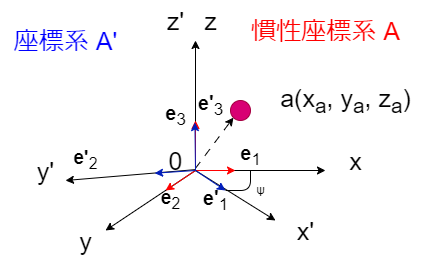
hattori-sat/zenn-docs keeps this draw.io diagram as images/understand-rotation/rotate-vector.drawio.png. Above is the earlier version. Source tidied: cells renumbered, new cells last; positions are measured from the earlier drawing's top-left corner, leaving out a move shared by most shapes. Source of this version:
```xml
<mxGraphModel>
  <root>
    <mxCell id="0" />
    <mxCell id="1" parent="0" />
    <mxCell id="2" style="edgeStyle=none;orthogonalLoop=1;jettySize=auto;html=1;" parent="1" edge="1">
      <mxGeometry relative="1" as="geometry">
        <mxPoint x="195" y="170" as="sourcePoint" />
        <mxPoint x="195" y="40" as="targetPoint" />
      </mxGeometry>
    </mxCell>
    <mxCell id="3" style="edgeStyle=none;orthogonalLoop=1;jettySize=auto;html=1;" parent="1" edge="1">
      <mxGeometry relative="1" as="geometry">
        <mxPoint x="195" y="170" as="sourcePoint" />
        <mxPoint x="105" y="230" as="targetPoint" />
      </mxGeometry>
    </mxCell>
    <mxCell id="4" style="edgeStyle=none;orthogonalLoop=1;jettySize=auto;html=1;" parent="1" edge="1">
      <mxGeometry relative="1" as="geometry">
        <mxPoint x="195" y="170" as="sourcePoint" />
        <mxPoint x="325" y="170" as="targetPoint" />
      </mxGeometry>
    </mxCell>
    <mxCell id="5" value="&lt;font style=&quot;font-size: 25px;&quot;&gt;z&lt;/font&gt;" style="text;html=1;align=center;verticalAlign=middle;strokeColor=none;fillColor=none;" parent="1" vertex="1">
      <mxGeometry x="190" width="40" height="40" as="geometry" />
    </mxCell>
    <mxCell id="6" value="&lt;font style=&quot;font-size: 25px;&quot;&gt;x&lt;/font&gt;" style="text;html=1;align=center;verticalAlign=middle;strokeColor=none;fillColor=none;" parent="1" vertex="1">
      <mxGeometry x="335" y="140" width="40" height="40" as="geometry" />
    </mxCell>
    <mxCell id="7" value="&lt;span style=&quot;font-size: 25px;&quot;&gt;y&lt;/span&gt;" style="text;html=1;align=center;verticalAlign=middle;strokeColor=none;fillColor=none;" parent="1" vertex="1">
      <mxGeometry x="65" y="220" width="40" height="40" as="geometry" />
    </mxCell>
    <mxCell id="8" value="0" style="text;html=1;align=center;verticalAlign=middle;points=[];strokeColor=none;fillColor=none;fontSize=25;" parent="1" vertex="1">
      <mxGeometry x="155" y="140" width="40" height="40" as="geometry" />
    </mxCell>
    <mxCell id="9" value="&lt;font color=&quot;#ff0000&quot;&gt;慣性座標系 A&lt;/font&gt;" style="text;html=1;align=center;verticalAlign=middle;strokeColor=none;fillColor=none;fontSize=25;" parent="1" vertex="1">
      <mxGeometry x="240" y="10" width="170" height="40" as="geometry" />
    </mxCell>
    <mxCell id="10" style="ellipse;whiteSpace=wrap;html=1;fontSize=25;fillColor=#d80073;fontColor=#ffffff;strokeColor=#A50040;" parent="1" vertex="1">
      <mxGeometry x="230" y="100" width="20" height="20" as="geometry" />
    </mxCell>
    <mxCell id="11" style="edgeStyle=none;jettySize=auto;html=1;fontSize=25;exitX=0.997;exitY=0.699;exitDx=0;exitDy=0;exitPerimeter=0;entryX=0;entryY=1;entryDx=0;entryDy=0;dashed=1;dashPattern=8 8;" parent="1" edge="1" source="8" target="10">
      <mxGeometry relative="1" as="geometry" />
    </mxCell>
    <mxCell id="12" value="a(x&lt;sub&gt;a&lt;/sub&gt;, y&lt;sub&gt;a&lt;/sub&gt;, z&lt;sub&gt;a&lt;/sub&gt;)" style="text;html=1;align=center;verticalAlign=middle;strokeColor=none;fillColor=none;fontSize=25;" parent="1" vertex="1">
      <mxGeometry x="270" y="75" width="150" height="50" as="geometry" />
    </mxCell>
    <mxCell id="13" style="edgeStyle=none;orthogonalLoop=1;jettySize=auto;html=1;strokeColor=#FF0000;" parent="1" edge="1">
      <mxGeometry relative="1" as="geometry">
        <mxPoint x="195" y="170" as="sourcePoint" />
        <mxPoint x="235" y="170" as="targetPoint" />
      </mxGeometry>
    </mxCell>
    <mxCell id="14" style="edgeStyle=none;orthogonalLoop=1;jettySize=auto;html=1;strokeColor=#FF0000;" parent="1" edge="1">
      <mxGeometry relative="1" as="geometry">
        <mxPoint x="195" y="170" as="sourcePoint" />
        <mxPoint x="165" y="190" as="targetPoint" />
      </mxGeometry>
    </mxCell>
    <mxCell id="15" style="edgeStyle=none;orthogonalLoop=1;jettySize=auto;html=1;strokeColor=#FF0000;" parent="1" edge="1">
      <mxGeometry relative="1" as="geometry">
        <mxPoint x="195" y="170" as="sourcePoint" />
        <mxPoint x="195" y="120" as="targetPoint" />
      </mxGeometry>
    </mxCell>
    <mxCell id="16" value="&lt;span style=&quot;font-size: 20px;&quot;&gt;&lt;b&gt;e&lt;/b&gt;&lt;sub style=&quot;&quot;&gt;1&lt;/sub&gt;&lt;/span&gt;" style="text;html=1;align=center;verticalAlign=middle;strokeColor=none;fillColor=none;" parent="1" vertex="1">
      <mxGeometry x="230" y="135" width="40" height="40" as="geometry" />
    </mxCell>
    <mxCell id="17" value="&lt;span style=&quot;font-size: 19px;&quot;&gt;&lt;b&gt;e&lt;/b&gt;&lt;sub style=&quot;&quot;&gt;2&lt;/sub&gt;&lt;/span&gt;" style="text;html=1;align=center;verticalAlign=middle;strokeColor=none;fillColor=none;" parent="1" vertex="1">
      <mxGeometry x="150" y="180" width="40" height="40" as="geometry" />
    </mxCell>
    <mxCell id="18" value="&lt;span style=&quot;font-size: 20px;&quot;&gt;&lt;b&gt;e&lt;/b&gt;&lt;sub style=&quot;&quot;&gt;3&lt;/sub&gt;&lt;/span&gt;" style="text;html=1;align=center;verticalAlign=middle;points=[];strokeColor=none;fillColor=none;" parent="1" vertex="1">
      <mxGeometry x="155" y="95" width="40" height="40" as="geometry" />
    </mxCell>
    <mxCell id="19" style="edgeStyle=none;jettySize=auto;html=1;exitX=0.987;exitY=0.729;exitDx=0;exitDy=0;exitPerimeter=0;" parent="1" edge="1" source="8">
      <mxGeometry relative="1" as="geometry">
        <mxPoint x="65" y="180" as="targetPoint" />
      </mxGeometry>
    </mxCell>
    <mxCell id="20" style="edgeStyle=none;orthogonalLoop=1;jettySize=auto;html=1;" parent="1" edge="1">
      <mxGeometry relative="1" as="geometry">
        <mxPoint x="195" y="170" as="sourcePoint" />
        <mxPoint x="275" y="220" as="targetPoint" />
      </mxGeometry>
    </mxCell>
    <mxCell id="21" style="endArrow=none;html=1;" parent="1" edge="1">
      <mxGeometry relative="1" as="geometry">
        <mxPoint x="225" y="190" as="sourcePoint" />
        <mxPoint x="250" y="170" as="targetPoint" />
        <Array as="points">
          <mxPoint x="250" y="190" />
        </Array>
      </mxGeometry>
    </mxCell>
    <mxCell id="22" value="&lt;span style=&quot;font-size: 25px;&quot;&gt;y'&lt;/span&gt;" style="text;html=1;align=center;verticalAlign=middle;strokeColor=none;fillColor=none;" parent="1" vertex="1">
      <mxGeometry x="25" y="150" width="40" height="40" as="geometry" />
    </mxCell>
    <mxCell id="23" value="&lt;font style=&quot;font-size: 25px;&quot;&gt;z'&lt;/font&gt;" style="text;html=1;align=center;verticalAlign=middle;strokeColor=none;fillColor=none;" parent="1" vertex="1">
      <mxGeometry x="155" width="40" height="40" as="geometry" />
    </mxCell>
    <mxCell id="24" value="&lt;font style=&quot;font-size: 25px;&quot;&gt;x'&lt;/font&gt;" style="text;html=1;align=center;verticalAlign=middle;strokeColor=none;fillColor=none;" parent="1" vertex="1">
      <mxGeometry x="285" y="210" width="40" height="40" as="geometry" />
    </mxCell>
    <mxCell id="25" value="ψ" style="text;html=1;align=center;verticalAlign=middle;strokeColor=none;fillColor=none;" parent="1" vertex="1">
      <mxGeometry x="245" y="175" width="30" height="30" as="geometry" />
    </mxCell>
    <mxCell id="26" style="edgeStyle=none;orthogonalLoop=1;jettySize=auto;html=1;strokeColor=#001DBC;fillColor=#0050ef;" parent="1" edge="1">
      <mxGeometry relative="1" as="geometry">
        <mxPoint x="195" y="170" as="sourcePoint" />
        <mxPoint x="225" y="190" as="targetPoint" />
      </mxGeometry>
    </mxCell>
    <mxCell id="27" style="edgeStyle=none;jettySize=auto;html=1;strokeColor=#001DBC;fillColor=#0050ef;entryX=-0.022;entryY=0.818;entryDx=0;entryDy=0;entryPerimeter=0;" parent="1" edge="1" target="8">
      <mxGeometry relative="1" as="geometry">
        <mxPoint x="195" y="170" as="sourcePoint" />
      </mxGeometry>
    </mxCell>
    <mxCell id="28" style="edgeStyle=none;jettySize=auto;html=1;strokeColor=#001DBC;fillColor=#0050ef;entryX=0.985;entryY=0.677;entryDx=0;entryDy=0;entryPerimeter=0;" parent="1" edge="1" target="18">
      <mxGeometry relative="1" as="geometry">
        <mxPoint x="195" y="170" as="sourcePoint" />
      </mxGeometry>
    </mxCell>
    <mxCell id="29" value="&lt;span style=&quot;font-size: 20px;&quot;&gt;&lt;b&gt;e'&lt;/b&gt;&lt;sub style=&quot;&quot;&gt;3&lt;/sub&gt;&lt;/span&gt;" style="text;html=1;align=center;verticalAlign=middle;strokeColor=none;fillColor=none;" parent="1" vertex="1">
      <mxGeometry x="185" y="85" width="50" height="40" as="geometry" />
    </mxCell>
    <mxCell id="30" value="&lt;span style=&quot;font-size: 19px;&quot;&gt;&lt;b&gt;e'&lt;/b&gt;&lt;sub style=&quot;&quot;&gt;2&lt;/sub&gt;&lt;/span&gt;" style="text;html=1;align=center;verticalAlign=middle;strokeColor=none;fillColor=none;" parent="1" vertex="1">
      <mxGeometry x="60" y="140" width="50" height="40" as="geometry" />
    </mxCell>
    <mxCell id="31" value="&lt;span style=&quot;font-size: 20px;&quot;&gt;&lt;b&gt;e'&lt;/b&gt;&lt;sub style=&quot;&quot;&gt;1&lt;/sub&gt;&lt;/span&gt;" style="text;html=1;align=center;verticalAlign=middle;points=[];strokeColor=none;fillColor=none;" parent="1" vertex="1">
      <mxGeometry x="190" y="180" width="50" height="40" as="geometry" />
    </mxCell>
    <mxCell id="32" value="&lt;font color=&quot;#0000ff&quot;&gt;座標系 A'&lt;/font&gt;" style="text;html=1;align=center;verticalAlign=middle;strokeColor=none;fillColor=none;fontSize=25;" parent="1" vertex="1">
      <mxGeometry y="20" width="130" height="40" as="geometry" />
    </mxCell>
  </root>
</mxGraphModel>
```
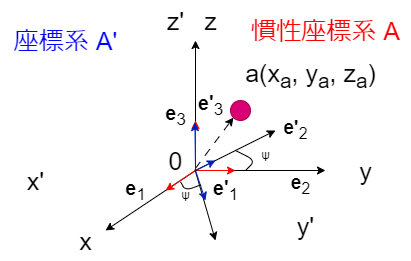
After the change.

The edit, as a diff of the source:
```diff
@@ -24,10 +24,10 @@
       <mxGeometry x="190" width="40" height="40" as="geometry" />
     </mxCell>
     <mxCell id="6" value="&lt;font style=&quot;font-size: 25px;&quot;&gt;x&lt;/font&gt;" style="text;html=1;align=center;verticalAlign=middle;strokeColor=none;fillColor=none;" parent="1" vertex="1">
-      <mxGeometry x="335" y="140" width="40" height="40" as="geometry" />
+      <mxGeometry x="65" y="220" width="40" height="40" as="geometry" />
     </mxCell>
     <mxCell id="7" value="&lt;span style=&quot;font-size: 25px;&quot;&gt;y&lt;/span&gt;" style="text;html=1;align=center;verticalAlign=middle;strokeColor=none;fillColor=none;" parent="1" vertex="1">
-      <mxGeometry x="65" y="220" width="40" height="40" as="geometry" />
+      <mxGeometry x="345" y="150" width="40" height="40" as="geometry" />
     </mxCell>
     <mxCell id="8" value="0" style="text;html=1;align=center;verticalAlign=middle;points=[];strokeColor=none;fillColor=none;fontSize=25;" parent="1" vertex="1">
       <mxGeometry x="155" y="140" width="40" height="40" as="geometry" />
@@ -42,7 +42,7 @@
       <mxGeometry relative="1" as="geometry" />
     </mxCell>
     <mxCell id="12" value="a(x&lt;sub&gt;a&lt;/sub&gt;, y&lt;sub&gt;a&lt;/sub&gt;, z&lt;sub&gt;a&lt;/sub&gt;)" style="text;html=1;align=center;verticalAlign=middle;strokeColor=none;fillColor=none;fontSize=25;" parent="1" vertex="1">
-      <mxGeometry x="270" y="75" width="150" height="50" as="geometry" />
+      <mxGeometry x="235" y="50" width="150" height="50" as="geometry" />
     </mxCell>
     <mxCell id="13" style="edgeStyle=none;orthogonalLoop=1;jettySize=auto;html=1;strokeColor=#FF0000;" parent="1" edge="1">
       <mxGeometry relative="1" as="geometry">
@@ -63,55 +63,56 @@
       </mxGeometry>
     </mxCell>
     <mxCell id="16" value="&lt;span style=&quot;font-size: 20px;&quot;&gt;&lt;b&gt;e&lt;/b&gt;&lt;sub style=&quot;&quot;&gt;1&lt;/sub&gt;&lt;/span&gt;" style="text;html=1;align=center;verticalAlign=middle;strokeColor=none;fillColor=none;" parent="1" vertex="1">
-      <mxGeometry x="230" y="135" width="40" height="40" as="geometry" />
+      <mxGeometry x="115" y="170" width="40" height="40" as="geometry" />
     </mxCell>
     <mxCell id="17" value="&lt;span style=&quot;font-size: 19px;&quot;&gt;&lt;b&gt;e&lt;/b&gt;&lt;sub style=&quot;&quot;&gt;2&lt;/sub&gt;&lt;/span&gt;" style="text;html=1;align=center;verticalAlign=middle;strokeColor=none;fillColor=none;" parent="1" vertex="1">
-      <mxGeometry x="150" y="180" width="40" height="40" as="geometry" />
+      <mxGeometry x="280" y="165" width="40" height="40" as="geometry" />
     </mxCell>
     <mxCell id="18" value="&lt;span style=&quot;font-size: 20px;&quot;&gt;&lt;b&gt;e&lt;/b&gt;&lt;sub style=&quot;&quot;&gt;3&lt;/sub&gt;&lt;/span&gt;" style="text;html=1;align=center;verticalAlign=middle;points=[];strokeColor=none;fillColor=none;" parent="1" vertex="1">
       <mxGeometry x="155" y="95" width="40" height="40" as="geometry" />
     </mxCell>
     <mxCell id="19" style="edgeStyle=none;jettySize=auto;html=1;exitX=0.987;exitY=0.729;exitDx=0;exitDy=0;exitPerimeter=0;" parent="1" edge="1" source="8">
       <mxGeometry relative="1" as="geometry">
-        <mxPoint x="65" y="180" as="targetPoint" />
+        <mxPoint x="215" y="240" as="targetPoint" />
       </mxGeometry>
     </mxCell>
     <mxCell id="20" style="edgeStyle=none;orthogonalLoop=1;jettySize=auto;html=1;" parent="1" edge="1">
       <mxGeometry relative="1" as="geometry">
         <mxPoint x="195" y="170" as="sourcePoint" />
-        <mxPoint x="275" y="220" as="targetPoint" />
+        <mxPoint x="275" y="130" as="targetPoint" />
       </mxGeometry>
     </mxCell>
     <mxCell id="21" style="endArrow=none;html=1;" parent="1" edge="1">
       <mxGeometry relative="1" as="geometry">
-        <mxPoint x="225" y="190" as="sourcePoint" />
-        <mxPoint x="250" y="170" as="targetPoint" />
+        <mxPoint x="245" y="170" as="sourcePoint" />
+        <mxPoint x="235" y="150" as="targetPoint" />
         <Array as="points">
-          <mxPoint x="250" y="190" />
+          <mxPoint x="255" y="160" />
         </Array>
       </mxGeometry>
     </mxCell>
     <mxCell id="22" value="&lt;span style=&quot;font-size: 25px;&quot;&gt;y'&lt;/span&gt;" style="text;html=1;align=center;verticalAlign=middle;strokeColor=none;fillColor=none;" parent="1" vertex="1">
-      <mxGeometry x="25" y="150" width="40" height="40" as="geometry" />
+      <mxGeometry x="285" y="205" width="40" height="40" as="geometry" />
     </mxCell>
     <mxCell id="23" value="&lt;font style=&quot;font-size: 25px;&quot;&gt;z'&lt;/font&gt;" style="text;html=1;align=center;verticalAlign=middle;strokeColor=none;fillColor=none;" parent="1" vertex="1">
       <mxGeometry x="155" width="40" height="40" as="geometry" />
     </mxCell>
     <mxCell id="24" value="&lt;font style=&quot;font-size: 25px;&quot;&gt;x'&lt;/font&gt;" style="text;html=1;align=center;verticalAlign=middle;strokeColor=none;fillColor=none;" parent="1" vertex="1">
-      <mxGeometry x="285" y="210" width="40" height="40" as="geometry" />
+      <mxGeometry x="15" y="160" width="40" height="40" as="geometry" />
     </mxCell>
     <mxCell id="25" value="ψ" style="text;html=1;align=center;verticalAlign=middle;strokeColor=none;fillColor=none;" parent="1" vertex="1">
-      <mxGeometry x="245" y="175" width="30" height="30" as="geometry" />
+      <mxGeometry x="250" y="140" width="30" height="30" as="geometry" />
     </mxCell>
     <mxCell id="26" style="edgeStyle=none;orthogonalLoop=1;jettySize=auto;html=1;strokeColor=#001DBC;fillColor=#0050ef;" parent="1" edge="1">
       <mxGeometry relative="1" as="geometry">
         <mxPoint x="195" y="170" as="sourcePoint" />
-        <mxPoint x="225" y="190" as="targetPoint" />
+        <mxPoint x="215" y="160" as="targetPoint" />
       </mxGeometry>
     </mxCell>
-    <mxCell id="27" style="edgeStyle=none;jettySize=auto;html=1;strokeColor=#001DBC;fillColor=#0050ef;entryX=-0.022;entryY=0.818;entryDx=0;entryDy=0;entryPerimeter=0;" parent="1" edge="1" target="8">
+    <mxCell id="27" style="edgeStyle=none;orthogonalLoop=1;jettySize=auto;html=1;strokeColor=#001DBC;fillColor=#0050ef;" parent="1" edge="1">
       <mxGeometry relative="1" as="geometry">
         <mxPoint x="195" y="170" as="sourcePoint" />
+        <mxPoint x="205" y="200" as="targetPoint" />
       </mxGeometry>
     </mxCell>
     <mxCell id="28" style="edgeStyle=none;jettySize=auto;html=1;strokeColor=#001DBC;fillColor=#0050ef;entryX=0.985;entryY=0.677;entryDx=0;entryDy=0;entryPerimeter=0;" parent="1" edge="1" target="18">
@@ -123,13 +124,23 @@
       <mxGeometry x="185" y="85" width="50" height="40" as="geometry" />
     </mxCell>
     <mxCell id="30" value="&lt;span style=&quot;font-size: 19px;&quot;&gt;&lt;b&gt;e'&lt;/b&gt;&lt;sub style=&quot;&quot;&gt;2&lt;/sub&gt;&lt;/span&gt;" style="text;html=1;align=center;verticalAlign=middle;strokeColor=none;fillColor=none;" parent="1" vertex="1">
-      <mxGeometry x="60" y="140" width="50" height="40" as="geometry" />
+      <mxGeometry x="270" y="110" width="50" height="40" as="geometry" />
     </mxCell>
     <mxCell id="31" value="&lt;span style=&quot;font-size: 20px;&quot;&gt;&lt;b&gt;e'&lt;/b&gt;&lt;sub style=&quot;&quot;&gt;1&lt;/sub&gt;&lt;/span&gt;" style="text;html=1;align=center;verticalAlign=middle;points=[];strokeColor=none;fillColor=none;" parent="1" vertex="1">
-      <mxGeometry x="190" y="180" width="50" height="40" as="geometry" />
+      <mxGeometry x="200" y="170" width="50" height="40" as="geometry" />
     </mxCell>
     <mxCell id="32" value="&lt;font color=&quot;#0000ff&quot;&gt;座標系 A'&lt;/font&gt;" style="text;html=1;align=center;verticalAlign=middle;strokeColor=none;fillColor=none;fontSize=25;" parent="1" vertex="1">
       <mxGeometry y="20" width="130" height="40" as="geometry" />
     </mxCell>
+    <mxCell id="33" style="endArrow=none;html=1;exitX=0.629;exitY=1.039;exitDx=0;exitDy=0;exitPerimeter=0;entryX=0.008;entryY=0.359;entryDx=0;entryDy=0;entryPerimeter=0;" parent="1" edge="1" source="8" target="31">
+      <mxGeometry relative="1" as="geometry">
+        <Array as="points">
+          <mxPoint x="185" y="190" />
+        </Array>
+      </mxGeometry>
+    </mxCell>
+    <mxCell id="34" value="ψ" style="text;html=1;align=center;verticalAlign=middle;strokeColor=none;fillColor=none;" parent="1" vertex="1">
+      <mxGeometry x="170" y="180" width="30" height="30" as="geometry" />
+    </mxCell>
   </root>
 </mxGraphModel>
```
